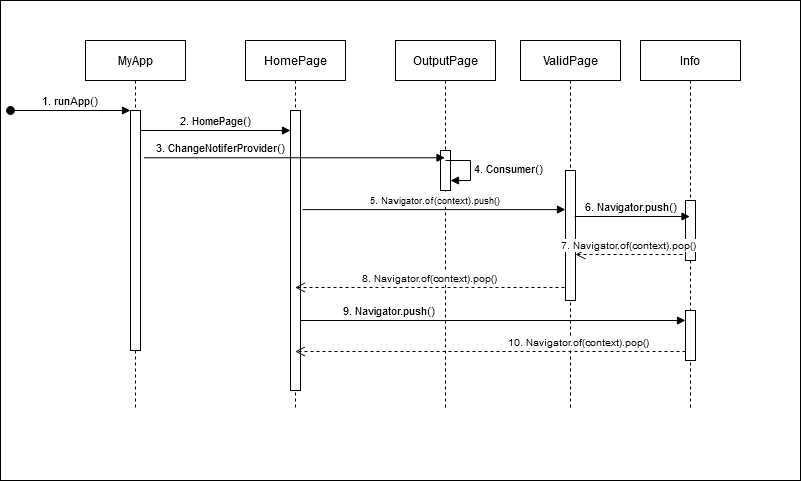
This is Dynamic provider.png from Seoane8/ipm-02-mobile, a draw.io export, as it was before one commit. Source tidied: cells renumbered, new cells last; positions are measured from the earlier drawing's top-left corner, leaving out a move shared by most shapes.
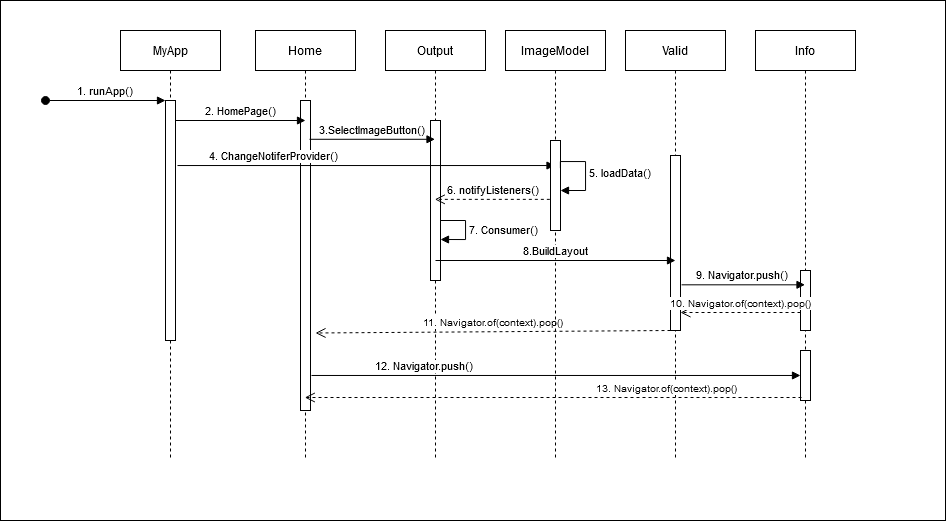
The same file after the commit.

Change to the diagram source:
```diff
@@ -2,17 +2,17 @@
   <root>
     <mxCell id="0" />
     <mxCell id="1" parent="0" />
-    <mxCell id="2" style="rounded=0;whiteSpace=wrap;html=1;" parent="1" vertex="1">
-      <mxGeometry width="800" height="480" as="geometry" />
-    </mxCell>
+    <mxCell id="24" style="rounded=0;whiteSpace=wrap;html=1;" parent="1" vertex="1">
+      <mxGeometry x="-165" y="20" width="945" height="520" as="geometry" />
+    </mxCell>
-    <mxCell id="3" value="ValidPage" style="shape=umlLifeline;perimeter=lifelinePerimeter;rounded=0;shadow=0;strokeWidth=1;" parent="1" vertex="1">
-      <mxGeometry x="520" y="40" width="100" height="370" as="geometry" />
+    <mxCell id="3" value="Valid" style="shape=umlLifeline;perimeter=lifelinePerimeter;rounded=0;shadow=0;strokeWidth=1;" parent="1" vertex="1">
+      <mxGeometry x="460" y="50" width="100" height="430" as="geometry" />
     </mxCell>
     <mxCell id="4" style="points=[];perimeter=orthogonalPerimeter;rounded=0;shadow=0;strokeWidth=1;" parent="3" vertex="1">
-      <mxGeometry x="45" y="130" width="10" height="130" as="geometry" />
+      <mxGeometry x="45" y="125" width="10" height="175" as="geometry" />
     </mxCell>
     <mxCell id="5" value="MyApp" style="shape=umlLifeline;perimeter=lifelinePerimeter;rounded=0;shadow=0;strokeWidth=1;" parent="1" vertex="1">
-      <mxGeometry x="85" y="40" width="100" height="370" as="geometry" />
+      <mxGeometry x="-45" y="50" width="100" height="430" as="geometry" />
     </mxCell>
     <mxCell id="6" style="points=[];perimeter=orthogonalPerimeter;rounded=0;shadow=0;strokeWidth=1;" parent="5" vertex="1">
       <mxGeometry x="45" y="70" width="10" height="240" as="geometry" />
@@ -22,63 +22,86 @@
         <mxPoint x="-75" y="70" as="sourcePoint" />
       </mxGeometry>
     </mxCell>
-    <mxCell id="8" value="HomePage" style="shape=umlLifeline;perimeter=lifelinePerimeter;rounded=0;shadow=0;strokeWidth=1;" parent="1" vertex="1">
-      <mxGeometry x="245" y="40" width="100" height="370" as="geometry" />
+    <mxCell id="8" value="Home" style="shape=umlLifeline;perimeter=lifelinePerimeter;rounded=0;shadow=0;strokeWidth=1;" parent="1" vertex="1">
+      <mxGeometry x="90" y="50" width="100" height="430" as="geometry" />
     </mxCell>
     <mxCell id="9" style="points=[];perimeter=orthogonalPerimeter;rounded=0;shadow=0;strokeWidth=1;" parent="8" vertex="1">
-      <mxGeometry x="45" y="70" width="10" height="280" as="geometry" />
+      <mxGeometry x="45" y="70" width="10" height="310" as="geometry" />
     </mxCell>
-    <mxCell id="10" value="OutputPage" style="shape=umlLifeline;perimeter=lifelinePerimeter;rounded=0;shadow=0;strokeWidth=1;" parent="1" vertex="1">
-      <mxGeometry x="395" y="40" width="100" height="370" as="geometry" />
+    <mxCell id="10" value="Output" style="shape=umlLifeline;perimeter=lifelinePerimeter;rounded=0;shadow=0;strokeWidth=1;" parent="1" vertex="1">
+      <mxGeometry x="220" y="50" width="100" height="430" as="geometry" />
     </mxCell>
     <mxCell id="11" style="perimeter=orthogonalPerimeter;rounded=0;shadow=0;strokeWidth=1;" parent="10" vertex="1">
-      <mxGeometry x="45" y="110" width="10" height="40" as="geometry" />
+      <mxGeometry x="45" y="90" width="10" height="160" as="geometry" />
     </mxCell>
-    <mxCell id="12" value="4. Consumer()" style="edgeStyle=orthogonalEdgeStyle;html=1;align=left;spacingLeft=2;endArrow=block;rounded=0;entryX=1;entryY=0;" parent="10" edge="1">
+    <mxCell id="12" value="7. Consumer()" style="edgeStyle=orthogonalEdgeStyle;html=1;align=left;spacingLeft=2;endArrow=block;rounded=0;" parent="10" edge="1">
       <mxGeometry relative="1" as="geometry">
-        <mxPoint x="50" y="120" as="sourcePoint" />
-        <mxPoint x="55" y="140" as="targetPoint" />
+        <mxPoint x="55" y="190" as="sourcePoint" />
+        <mxPoint x="55" y="209" as="targetPoint" />
         <Array as="points">
-          <mxPoint x="75" y="120" />
+          <mxPoint x="80" y="190" />
+          <mxPoint x="80" y="209" />
         </Array>
       </mxGeometry>
     </mxCell>
     <mxCell id="13" value="Info" style="shape=umlLifeline;perimeter=lifelinePerimeter;rounded=0;shadow=0;strokeWidth=1;" parent="1" vertex="1">
-      <mxGeometry x="640" y="40" width="100" height="370" as="geometry" />
+      <mxGeometry x="590" y="50" width="100" height="430" as="geometry" />
     </mxCell>
     <mxCell id="14" style="points=[];perimeter=orthogonalPerimeter;rounded=0;shadow=0;strokeWidth=1;" parent="13" vertex="1">
-      <mxGeometry x="45" y="160" width="10" height="60" as="geometry" />
+      <mxGeometry x="45" y="240" width="10" height="60" as="geometry" />
     </mxCell>
     <mxCell id="15" style="html=1;points=[];perimeter=orthogonalPerimeter;" parent="13" vertex="1">
-      <mxGeometry x="45" y="270" width="10" height="50" as="geometry" />
+      <mxGeometry x="45" y="320" width="10" height="50" as="geometry" />
     </mxCell>
     <mxCell id="16" value="2. HomePage()" style="html=1;verticalAlign=bottom;endArrow=block;" parent="1" edge="1" source="6">
       <mxGeometry relative="1" as="geometry">
-        <mxPoint x="290" y="130" as="targetPoint" />
+        <mxPoint x="140" y="140" as="targetPoint" />
       </mxGeometry>
     </mxCell>
-    <mxCell id="17" value="3. ChangeNotiferProvider()" style="html=1;verticalAlign=bottom;endArrow=block;exitX=1.333;exitY=0.197;exitDx=0;exitDy=0;exitPerimeter=0;" parent="1" edge="1" source="6" target="10">
+    <mxCell id="17" value="4. ChangeNotiferProvider()" style="html=1;verticalAlign=bottom;endArrow=block;exitX=1.2;exitY=0.271;exitDx=0;exitDy=0;exitPerimeter=0;" parent="1" edge="1" source="6" target="25">
       <mxGeometry x="-0.49" relative="1" as="geometry" />
     </mxCell>
-    <mxCell id="18" value="&lt;font style=&quot;font-size: 9px&quot;&gt;5. Navigator.of(context).push()&lt;/font&gt;" style="html=1;verticalAlign=bottom;endArrow=block;exitX=1.2;exitY=0.354;exitDx=0;exitDy=0;exitPerimeter=0;" parent="1" edge="1" source="9" target="4">
+    <mxCell id="18" value="&lt;div&gt;3.SelectImageButton()&lt;/div&gt;" style="html=1;verticalAlign=bottom;endArrow=block;exitX=0.54;exitY=0.253;exitDx=0;exitDy=0;exitPerimeter=0;" parent="1" edge="1" source="8" target="10">
       <mxGeometry relative="1" as="geometry" />
     </mxCell>
-    <mxCell id="19" value="6. Navigator.push()" style="html=1;verticalAlign=bottom;endArrow=block;exitX=0.9;exitY=0.354;exitDx=0;exitDy=0;exitPerimeter=0;" parent="1" edge="1" source="4" target="13">
+    <mxCell id="19" value="9. Navigator.push()" style="html=1;verticalAlign=bottom;endArrow=block;exitX=1.107;exitY=0.739;exitDx=0;exitDy=0;exitPerimeter=0;" parent="1" edge="1" source="4" target="13">
       <mxGeometry x="-0.03" relative="1" as="geometry" />
     </mxCell>
-    <mxCell id="20" value="&lt;font style=&quot;font-size: 10px&quot;&gt;7. Navigator.of(context).pop()&lt;/font&gt;" style="html=1;verticalAlign=bottom;endArrow=open;dashed=1;endSize=8;exitX=-0.3;exitY=0.9;exitDx=0;exitDy=0;exitPerimeter=0;" parent="1" edge="1" source="14" target="4">
+    <mxCell id="20" value="&lt;font style=&quot;font-size: 10px&quot;&gt;10. Navigator.of(context).pop()&lt;/font&gt;" style="html=1;verticalAlign=bottom;endArrow=open;dashed=1;endSize=8;exitX=0;exitY=0.7;exitDx=0;exitDy=0;exitPerimeter=0;" parent="1" edge="1" source="14" target="4">
       <mxGeometry relative="1" as="geometry" />
     </mxCell>
-    <mxCell id="21" value="&lt;font style=&quot;font-size: 10px&quot;&gt;8. Navigator.of(context).pop()&lt;/font&gt;" style="html=1;verticalAlign=bottom;endArrow=open;dashed=1;endSize=8;exitX=-0.1;exitY=0.9;exitDx=0;exitDy=0;exitPerimeter=0;" parent="1" edge="1" source="4" target="8">
+    <mxCell id="21" value="&lt;font style=&quot;font-size: 10px&quot;&gt;11. Navigator.of(context).pop()&lt;/font&gt;" style="html=1;verticalAlign=bottom;endArrow=open;dashed=1;endSize=8;entryX=1.5;entryY=0.75;entryDx=0;entryDy=0;entryPerimeter=0;" parent="1" edge="1" source="4" target="9">
       <mxGeometry relative="1" as="geometry" />
     </mxCell>
-    <mxCell id="22" value="9. Navigator.push()" style="html=1;verticalAlign=bottom;endArrow=block;exitX=1;exitY=0.913;exitDx=0;exitDy=0;exitPerimeter=0;" parent="1" edge="1" target="15">
-      <mxGeometry x="-0.54" relative="1" as="geometry">
-        <mxPoint x="300" y="320" as="sourcePoint" />
-      </mxGeometry>
+    <mxCell id="22" value="12. Navigator.push()" style="html=1;verticalAlign=bottom;endArrow=block;exitX=1.1;exitY=0.887;exitDx=0;exitDy=0;exitPerimeter=0;" parent="1" edge="1" source="9" target="15">
+      <mxGeometry x="-0.54" relative="1" as="geometry" />
     </mxCell>
-    <mxCell id="23" value="&lt;font style=&quot;font-size: 10px&quot;&gt;10. Navigator.of(context).pop()&lt;/font&gt;" style="html=1;verticalAlign=bottom;endArrow=open;dashed=1;endSize=8;exitX=0;exitY=0.82;exitDx=0;exitDy=0;exitPerimeter=0;" parent="1" edge="1" source="15" target="8">
+    <mxCell id="23" value="&lt;font style=&quot;font-size: 10px&quot;&gt;13. Navigator.of(context).pop()&lt;/font&gt;" style="html=1;verticalAlign=bottom;endArrow=open;dashed=1;endSize=8;exitX=0.1;exitY=0.94;exitDx=0;exitDy=0;exitPerimeter=0;" parent="1" edge="1" source="15" target="8">
       <mxGeometry x="-0.45" relative="1" as="geometry" />
     </mxCell>
+    <mxCell id="25" value="ImageModel" style="shape=umlLifeline;perimeter=lifelinePerimeter;rounded=0;shadow=0;strokeWidth=1;" parent="1" vertex="1">
+      <mxGeometry x="340" y="50" width="100" height="430" as="geometry" />
+    </mxCell>
+    <mxCell id="26" style="html=1;points=[];perimeter=orthogonalPerimeter;" parent="25" vertex="1">
+      <mxGeometry x="45" y="110" width="10" height="90" as="geometry" />
+    </mxCell>
+    <mxCell id="27" value="5. loadData()" style="edgeStyle=orthogonalEdgeStyle;html=1;align=left;spacingLeft=2;endArrow=block;rounded=0;exitX=0.988;exitY=0.308;exitDx=0;exitDy=0;exitPerimeter=0;" parent="25" edge="1" source="26">
+      <mxGeometry relative="1" as="geometry">
+        <mxPoint x="55" y="160" as="targetPoint" />
+        <Array as="points">
+          <mxPoint x="55" y="131" />
+          <mxPoint x="80" y="131" />
+          <mxPoint x="80" y="160" />
+        </Array>
+      </mxGeometry>
+    </mxCell>
+    <mxCell id="28" value="6. notifyListeners()" style="html=1;verticalAlign=bottom;endArrow=open;dashed=1;endSize=8;exitX=-0.066;exitY=0.654;exitDx=0;exitDy=0;exitPerimeter=0;" parent="1" edge="1" source="26" target="10">
+      <mxGeometry relative="1" as="geometry" />
+    </mxCell>
+    <mxCell id="29" value="8.BuildLayout" style="html=1;verticalAlign=bottom;endArrow=block;entryX=0.5;entryY=0.6;entryDx=0;entryDy=0;entryPerimeter=0;" parent="1" edge="1" target="4">
+      <mxGeometry relative="1" as="geometry">
+        <mxPoint x="270" y="280" as="sourcePoint" />
+      </mxGeometry>
+    </mxCell>
   </root>
 </mxGraphModel>
```
